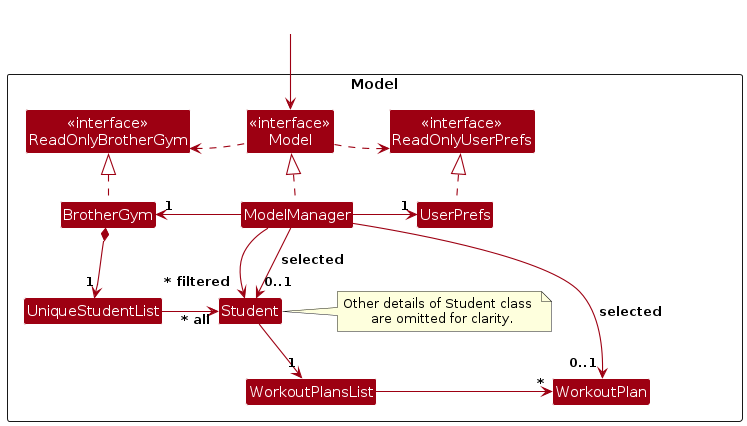
AY2627S1-CS2103T-T11-4/tp keeps this PlantUML diagram as diagrams/ModelClassDiagram.png. Above is the earlier version. Its source is kept beside it as diagrams/ModelClassDiagram.puml. Its diagram source:
```plantuml
@startuml
!include style.puml
skinparam arrowThickness 1.1
skinparam nodesep 55
skinparam ranksep 45
skinparam arrowColor MODEL_COLOR
skinparam classBackgroundColor MODEL_COLOR

Package Model as ModelPackage <<Rectangle>>{
Class "<<interface>>\nReadOnlyBrotherGym" as ReadOnlyBrotherGym
Class "<<interface>>\nReadOnlyUserPrefs" as ReadOnlyUserPrefs
Class "<<interface>>\nModel" as Model
Class BrotherGym
Class ModelManager
Class UserPrefs

Class UniqueStudentList
Class Student
Class WorkoutPlan
Class WorkoutPlansList


note "Other details of Student class \n are omitted for clarity." as N1

}

Class HiddenOutside #FFFFFF
HiddenOutside --> Model

BrotherGym .up.|> ReadOnlyBrotherGym

ModelManager .up.|> Model
Model .right.> ReadOnlyUserPrefs
Model .left.> ReadOnlyBrotherGym
ModelManager -left-> "1" BrotherGym
ModelManager -right-> "1" UserPrefs
UserPrefs .up.|> ReadOnlyUserPrefs

ReadOnlyBrotherGym -[hidden]right-> Model
Model -[hidden]right-> ReadOnlyUserPrefs

BrotherGym *--> "1" UniqueStudentList
UniqueStudentList -right-> "~* all" Student

Student -down-> "1" WorkoutPlansList
WorkoutPlansList -right-> "*" WorkoutPlan

Student -right- N1

ModelManager --> "~* filtered" Student
ModelManager -down-> "0..1" Student : selected
ModelManager -down-> "0..1" WorkoutPlan : selected
@enduml
```
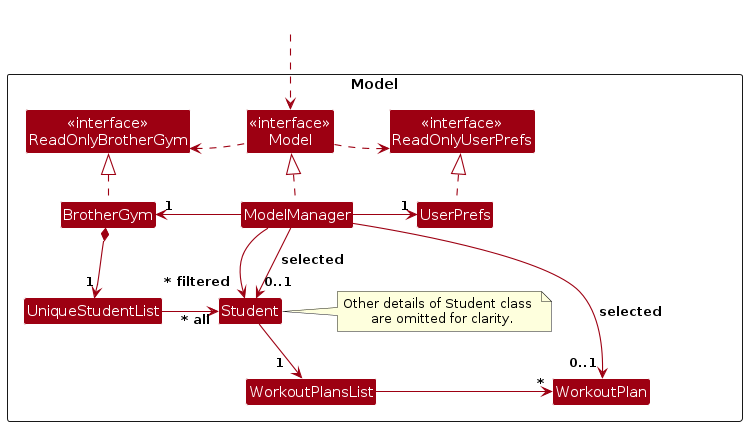
The same file after the commit.

Diff of the diagram source:
```diff
@@ -25,7 +25,7 @@
 }
 
 Class HiddenOutside #FFFFFF
-HiddenOutside --> Model
+HiddenOutside ..> Model
 
 BrotherGym .up.|> ReadOnlyBrotherGym
 
@@ -42,7 +42,7 @@
 BrotherGym *--> "1" UniqueStudentList
 UniqueStudentList -right-> "~* all" Student
 
-Student -down-> "1" WorkoutPlansList
+Student -down-> "1  " WorkoutPlansList
 WorkoutPlansList -right-> "*" WorkoutPlan
 
 Student -right- N1
```
